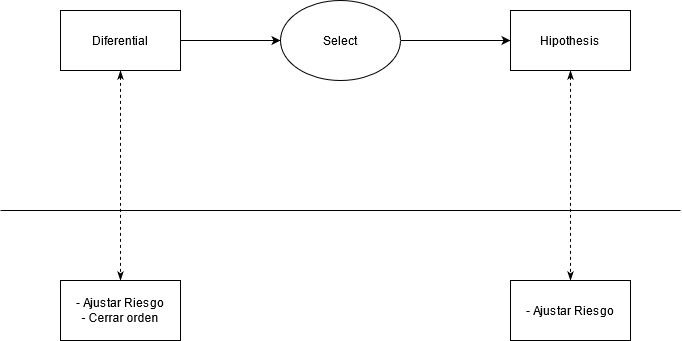
Above: practica/imagenes/Select.png in weltonvs/DSI (draw.io), before the change. Source tidied: cells renumbered, new cells last; positions are measured from the earlier drawing's top-left corner, leaving out a move shared by most shapes. Its diagram source:
```xml
<mxGraphModel>
  <root>
    <mxCell id="0" />
    <mxCell id="1" parent="0" />
    <mxCell id="2" style="edgeStyle=orthogonalEdgeStyle;rounded=0;jettySize=auto;html=1;" parent="1" edge="1" source="4" target="6">
      <mxGeometry relative="1" as="geometry" />
    </mxCell>
    <mxCell id="3" style="edgeStyle=orthogonalEdgeStyle;rounded=0;jettySize=auto;html=1;dashed=1;startArrow=classicThin;startFill=1;endArrow=classicThin;endFill=1;" parent="1" edge="1" source="4" target="10">
      <mxGeometry relative="1" as="geometry" />
    </mxCell>
    <mxCell id="4" value="Diferential" style="rounded=0;whiteSpace=wrap;html=1;" parent="1" vertex="1">
      <mxGeometry x="60" y="10" width="120" height="60" as="geometry" />
    </mxCell>
    <mxCell id="5" style="edgeStyle=orthogonalEdgeStyle;rounded=0;jettySize=auto;html=1;" parent="1" edge="1" source="6" target="8">
      <mxGeometry relative="1" as="geometry" />
    </mxCell>
    <mxCell id="6" value="Select" style="ellipse;whiteSpace=wrap;html=1;" parent="1" vertex="1">
      <mxGeometry x="280" width="120" height="80" as="geometry" />
    </mxCell>
    <mxCell id="7" style="edgeStyle=orthogonalEdgeStyle;rounded=0;jettySize=auto;html=1;dashed=1;startArrow=classicThin;startFill=1;endArrow=classicThin;endFill=1;" parent="1" edge="1" source="8" target="9">
      <mxGeometry relative="1" as="geometry" />
    </mxCell>
    <mxCell id="8" value="Hipothesis" style="whiteSpace=wrap;html=1;" parent="1" vertex="1">
      <mxGeometry x="510" y="10" width="120" height="60" as="geometry" />
    </mxCell>
    <mxCell id="9" value="&lt;div&gt;- Ajustar Riesgo&lt;/div&gt;" style="whiteSpace=wrap;html=1;" parent="1" vertex="1">
      <mxGeometry x="510" y="280" width="120" height="60" as="geometry" />
    </mxCell>
    <mxCell id="10" value="&lt;div&gt;- Ajustar Riesgo&lt;/div&gt;&lt;div&gt;- Cerrar orden&lt;br&gt;&lt;/div&gt;" style="rounded=0;whiteSpace=wrap;html=1;" parent="1" vertex="1">
      <mxGeometry x="60" y="280" width="120" height="60" as="geometry" />
    </mxCell>
    <mxCell id="11" style="endArrow=none;html=1;strokeWidth=1;jumpSize=6;" parent="1" edge="1">
      <mxGeometry relative="1" as="geometry">
        <mxPoint y="210" as="sourcePoint" />
        <mxPoint x="680" y="210" as="targetPoint" />
      </mxGeometry>
    </mxCell>
  </root>
</mxGraphModel>
```
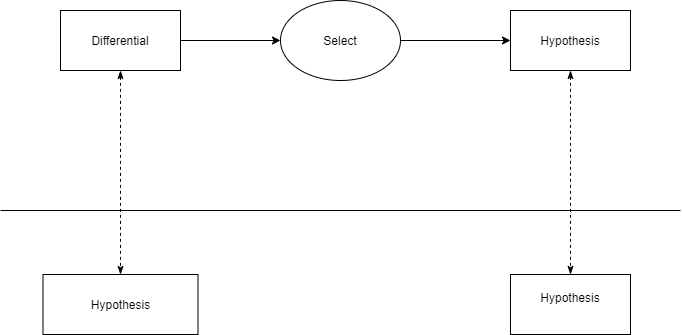
Above is the later version.

Diff of the diagram source:
```diff
@@ -8,7 +8,7 @@
     <mxCell id="3" style="edgeStyle=orthogonalEdgeStyle;rounded=0;jettySize=auto;html=1;dashed=1;startArrow=classicThin;startFill=1;endArrow=classicThin;endFill=1;" parent="1" edge="1" source="4" target="10">
       <mxGeometry relative="1" as="geometry" />
     </mxCell>
-    <mxCell id="4" value="Diferential" style="rounded=0;whiteSpace=wrap;html=1;" parent="1" vertex="1">
+    <mxCell id="4" value="Differential" style="rounded=0;whiteSpace=wrap;html=1;" parent="1" vertex="1">
       <mxGeometry x="60" y="10" width="120" height="60" as="geometry" />
     </mxCell>
     <mxCell id="5" style="edgeStyle=orthogonalEdgeStyle;rounded=0;jettySize=auto;html=1;" parent="1" edge="1" source="6" target="8">
@@ -20,14 +20,14 @@
     <mxCell id="7" style="edgeStyle=orthogonalEdgeStyle;rounded=0;jettySize=auto;html=1;dashed=1;startArrow=classicThin;startFill=1;endArrow=classicThin;endFill=1;" parent="1" edge="1" source="8" target="9">
       <mxGeometry relative="1" as="geometry" />
     </mxCell>
-    <mxCell id="8" value="Hipothesis" style="whiteSpace=wrap;html=1;" parent="1" vertex="1">
+    <mxCell id="8" value="Hypothesis" style="whiteSpace=wrap;html=1;" parent="1" vertex="1">
       <mxGeometry x="510" y="10" width="120" height="60" as="geometry" />
     </mxCell>
-    <mxCell id="9" value="&lt;div&gt;- Ajustar Riesgo&lt;/div&gt;" style="whiteSpace=wrap;html=1;" parent="1" vertex="1">
-      <mxGeometry x="510" y="280" width="120" height="60" as="geometry" />
+    <mxCell id="9" value="&lt;div&gt;Hypothesis&lt;/div&gt;&lt;div&gt;&lt;br&gt;&lt;/div&gt;" style="whiteSpace=wrap;html=1;" parent="1" vertex="1">
+      <mxGeometry x="510" y="274" width="120" height="60" as="geometry" />
     </mxCell>
-    <mxCell id="10" value="&lt;div&gt;- Ajustar Riesgo&lt;/div&gt;&lt;div&gt;- Cerrar orden&lt;br&gt;&lt;/div&gt;" style="rounded=0;whiteSpace=wrap;html=1;" parent="1" vertex="1">
-      <mxGeometry x="60" y="280" width="120" height="60" as="geometry" />
+    <mxCell id="10" value="Hypothesis" style="rounded=0;whiteSpace=wrap;html=1;" parent="1" vertex="1">
+      <mxGeometry x="42.5" y="274" width="155" height="60" as="geometry" />
     </mxCell>
     <mxCell id="11" style="endArrow=none;html=1;strokeWidth=1;jumpSize=6;" parent="1" edge="1">
       <mxGeometry relative="1" as="geometry">
```
